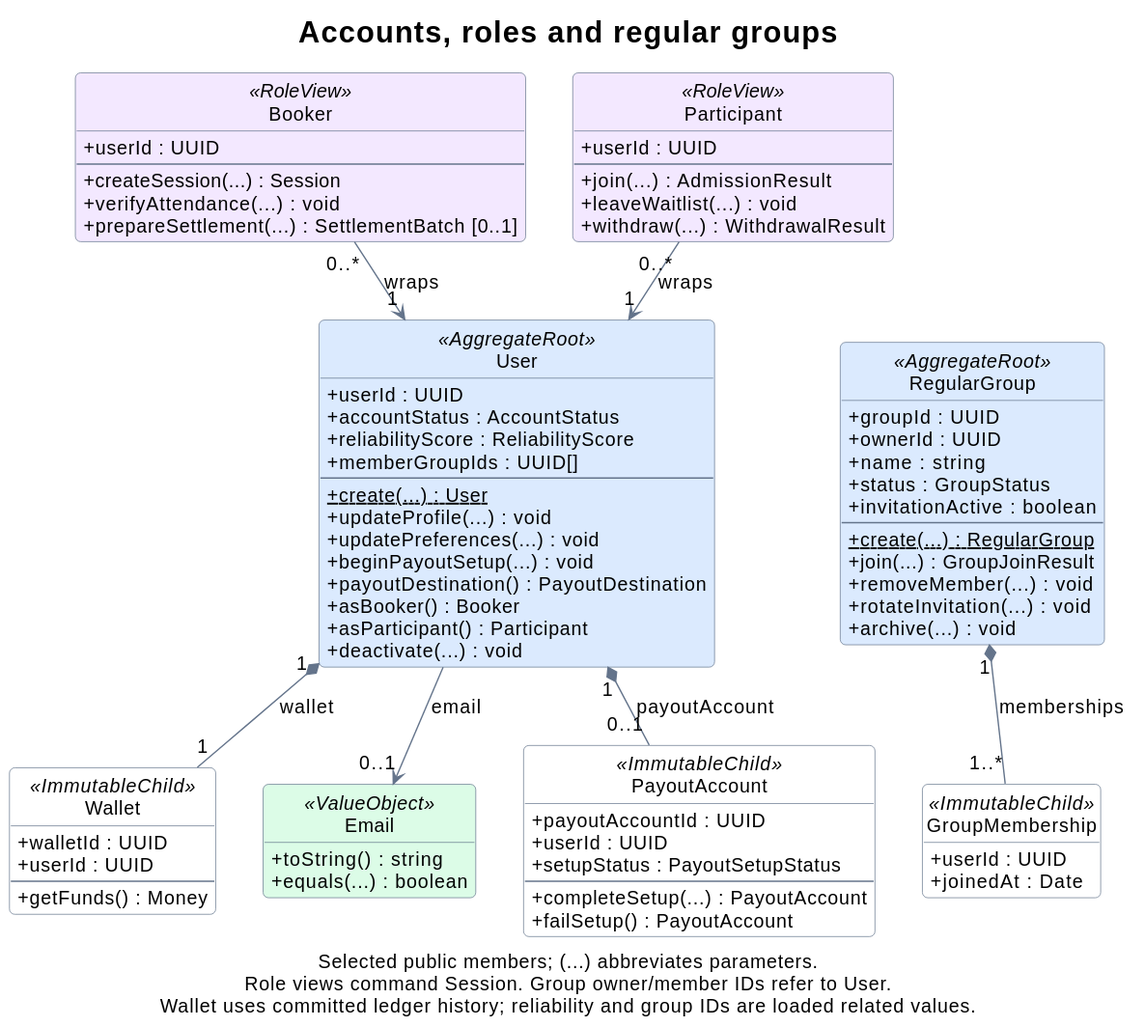
rbrishi15/booking-web-manager keeps this PlantUML diagram as docs/assets/domain-accounts.svg. Above is the earlier version.
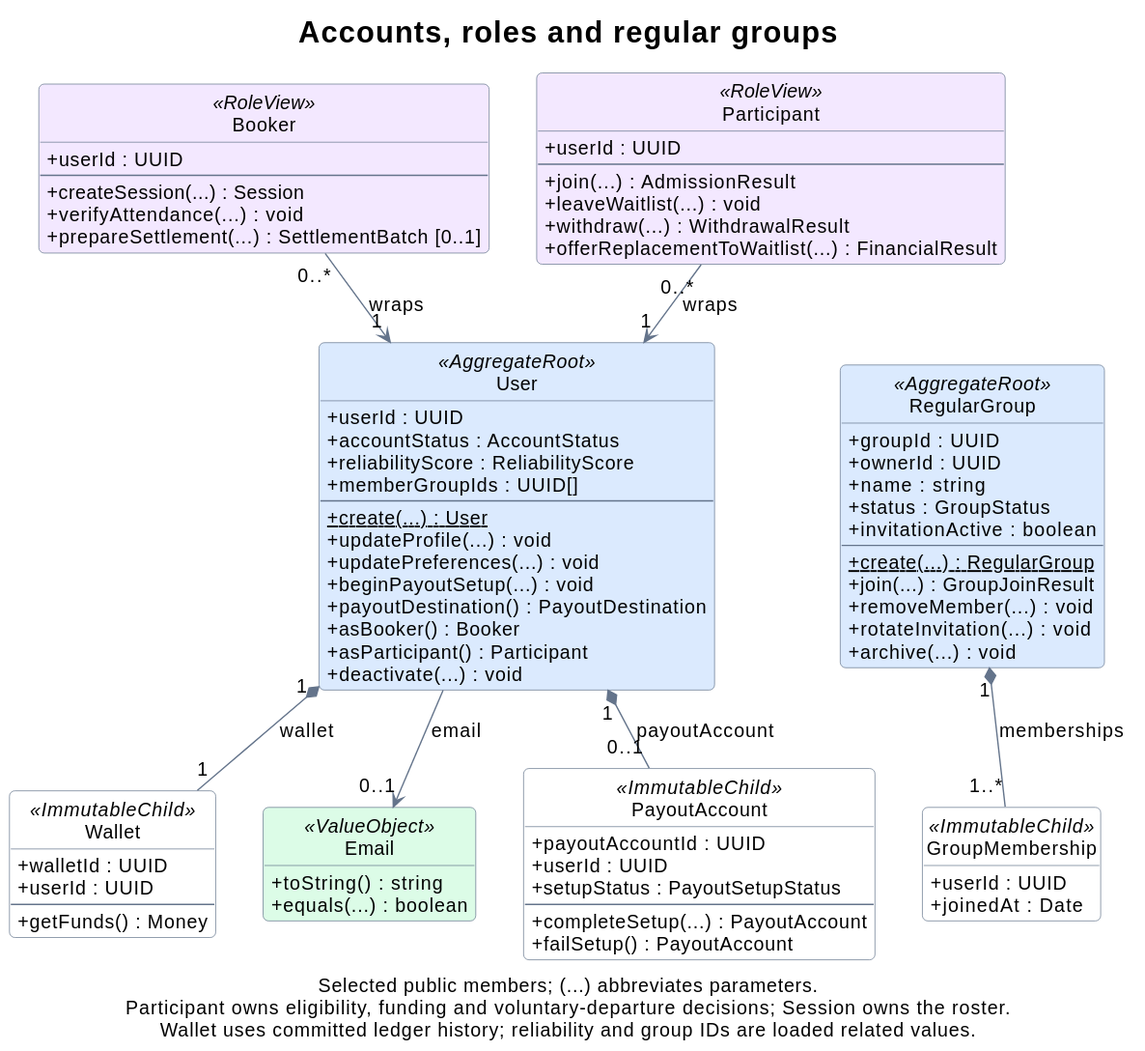
Later version of the same file.

What changed in the source:
```diff
@@ -35,6 +35,7 @@
   +join(...) : AdmissionResult
   +leaveWaitlist(...) : void
   +withdraw(...) : WithdrawalResult
+  +offerReplacementToWaitlist(...) : FinancialResult
 }
 
 class User <<AggregateRoot>> {
@@ -104,5 +105,5 @@
 Wallet -[hidden]right- Email
 Email -[hidden]right- PayoutAccount
 
-caption Selected public members; (...) abbreviates parameters.\nRole views command Session. Group owner/member IDs refer to User.\nWallet uses committed ledger history; reliability and group IDs are loaded related values.
+caption Selected public members; (...) abbreviates parameters.\nParticipant owns eligibility, funding and voluntary-departure decisions; Session owns the roster.\nWallet uses committed ledger history; reliability and group IDs are loaded related values.
 @enduml
```
